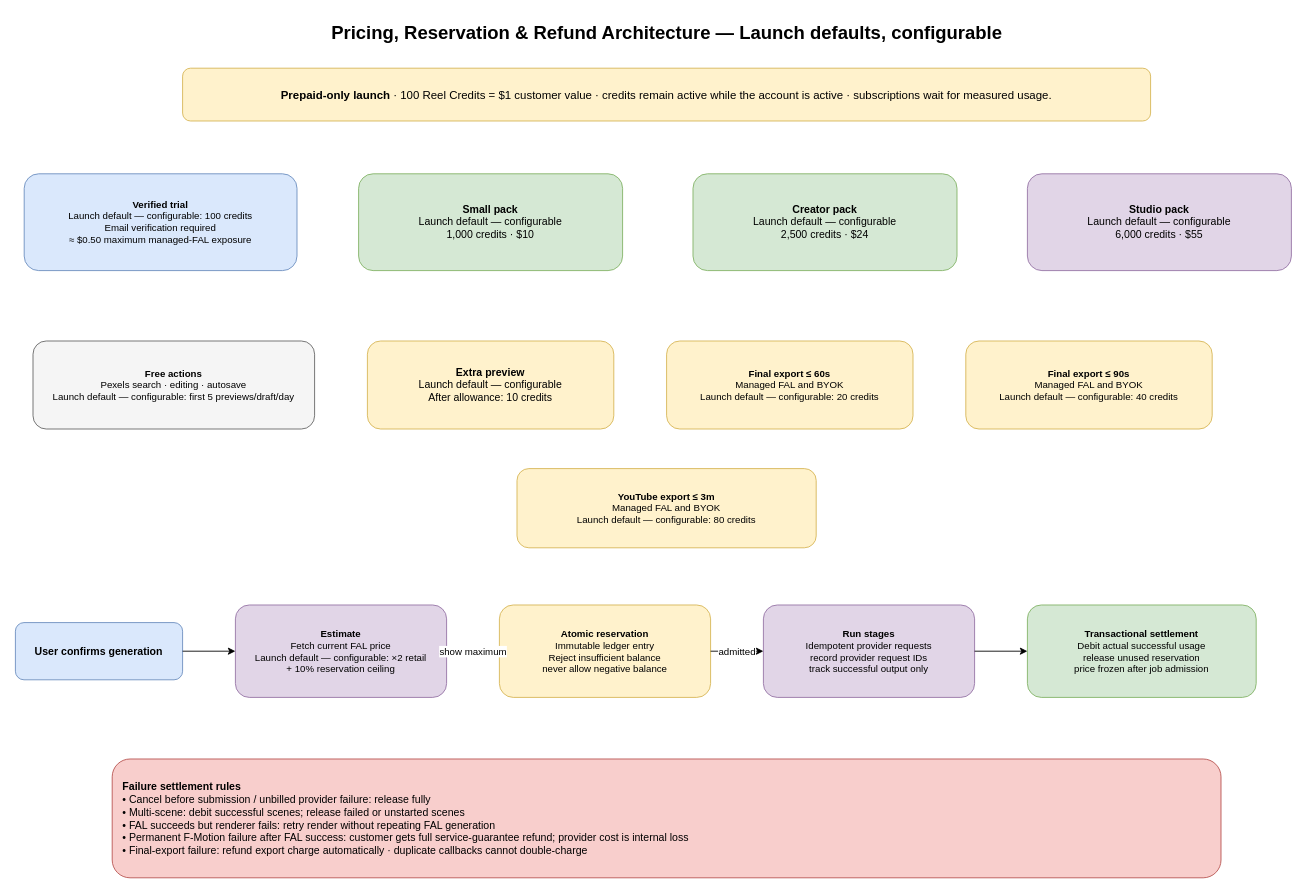
ivanillka/f-motion keeps this draw.io diagram as page "6. Pricing & Credit Settlement" (6 of 11) of docs/architecture/f-motion.drawio. Above is the earlier version. Source tidied: cells renumbered, new cells numbered last; positions are measured from the earlier drawing's top-left corner, leaving out a move shared by most shapes. Both pictures are drawn from the tidied source at 88%, with x=0, y=0 at pixel (15, 15).
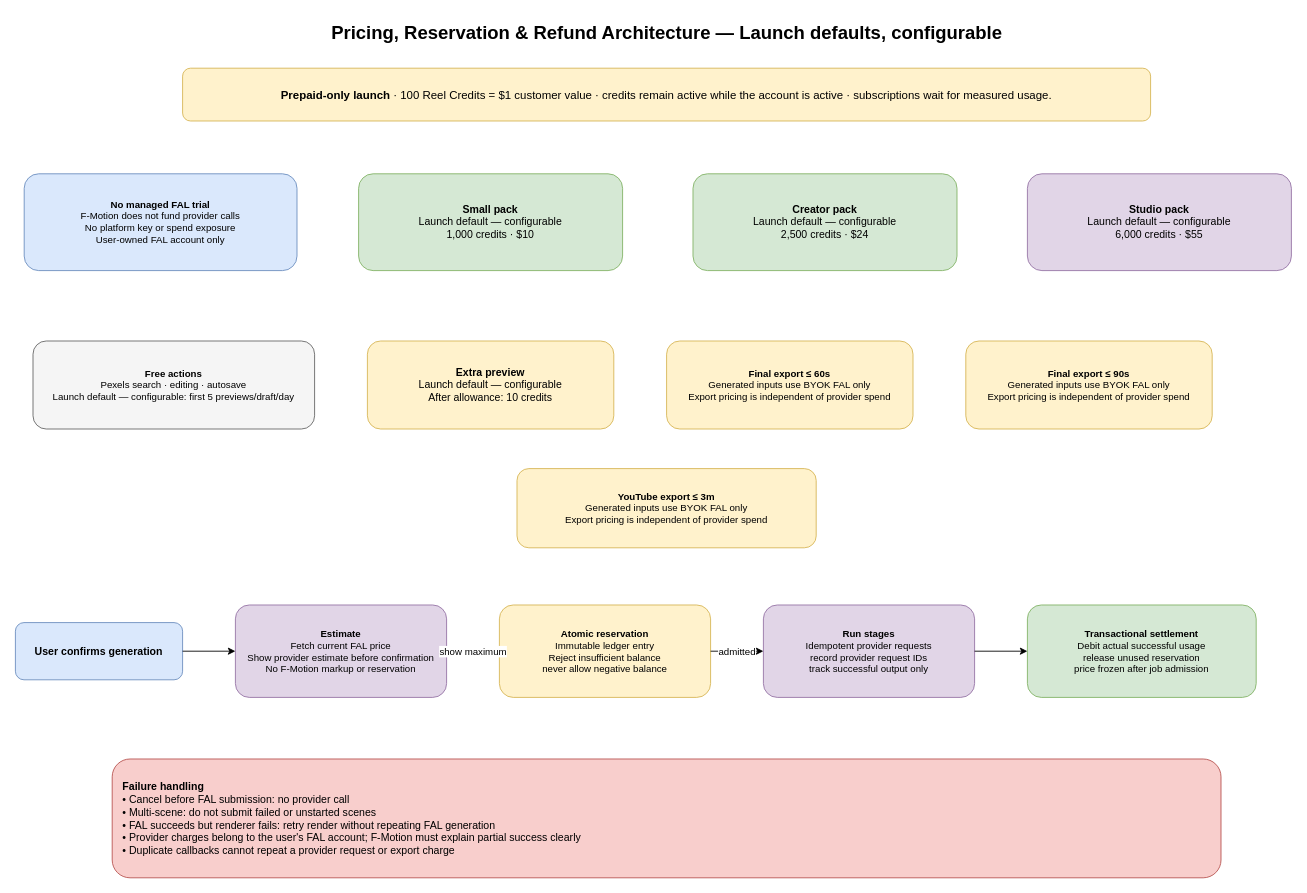
The same page after the edit.

The edit, as a diff of the source:
```diff
@@
-    <mxCell id="4" value="&lt;b&gt;Verified trial&lt;/b&gt;&lt;br&gt;Launch default — configurable: 100 credits&lt;br&gt;Email verification required&lt;br&gt;≈ $0.50 maximum managed-FAL exposure" style="rounded=1;whiteSpace=wrap;html=1;fillColor=#dae8fc;strokeColor=#6c8ebf;fontSize=11;" parent="1" vertex="1">
+    <mxCell id="4" value="&lt;b&gt;No managed FAL trial&lt;/b&gt;&lt;br&gt;F-Motion does not fund provider calls&lt;br&gt;No platform key or spend exposure&lt;br&gt;User-owned FAL account only" style="rounded=1;whiteSpace=wrap;html=1;fillColor=#dae8fc;strokeColor=#6c8ebf;fontSize=11;" parent="1" vertex="1">
       <mxGeometry x="10" y="180" width="310" height="110" as="geometry" />
     </mxCell>
@@
-    <mxCell id="10" value="&lt;b&gt;Final export ≤ 60s&lt;/b&gt;&lt;br&gt;Managed FAL and BYOK&lt;br&gt;Launch default — configurable: 20 credits" style="rounded=1;whiteSpace=wrap;html=1;fillColor=#fff2cc;strokeColor=#d6b656;fontSize=11;" parent="1" vertex="1">
+    <mxCell id="10" value="&lt;b&gt;Final export ≤ 60s&lt;/b&gt;&lt;br&gt;Generated inputs use BYOK FAL only&lt;br&gt;Export pricing is independent of provider spend" style="rounded=1;whiteSpace=wrap;html=1;fillColor=#fff2cc;strokeColor=#d6b656;fontSize=11;" parent="1" vertex="1">
       <mxGeometry x="740" y="370" width="280" height="100" as="geometry" />
     </mxCell>
-    <mxCell id="11" value="&lt;b&gt;Final export ≤ 90s&lt;/b&gt;&lt;br&gt;Managed FAL and BYOK&lt;br&gt;Launch default — configurable: 40 credits" style="rounded=1;whiteSpace=wrap;html=1;fillColor=#fff2cc;strokeColor=#d6b656;fontSize=11;" parent="1" vertex="1">
+    <mxCell id="11" value="&lt;b&gt;Final export ≤ 90s&lt;/b&gt;&lt;br&gt;Generated inputs use BYOK FAL only&lt;br&gt;Export pricing is independent of provider spend" style="rounded=1;whiteSpace=wrap;html=1;fillColor=#fff2cc;strokeColor=#d6b656;fontSize=11;" parent="1" vertex="1">
       <mxGeometry x="1080" y="370" width="280" height="100" as="geometry" />
     </mxCell>
-    <mxCell id="12" value="&lt;b&gt;YouTube export ≤ 3m&lt;/b&gt;&lt;br&gt;Managed FAL and BYOK&lt;br&gt;Launch default — configurable: 80 credits" style="rounded=1;whiteSpace=wrap;html=1;fillColor=#fff2cc;strokeColor=#d6b656;fontSize=11;" parent="1" vertex="1">
+    <mxCell id="12" value="&lt;b&gt;YouTube export ≤ 3m&lt;/b&gt;&lt;br&gt;Generated inputs use BYOK FAL only&lt;br&gt;Export pricing is independent of provider spend" style="rounded=1;whiteSpace=wrap;html=1;fillColor=#fff2cc;strokeColor=#d6b656;fontSize=11;" parent="1" vertex="1">
       <mxGeometry x="570" y="515" width="340" height="90" as="geometry" />
     </mxCell>
@@
-    <mxCell id="14" value="&lt;b&gt;Estimate&lt;/b&gt;&lt;br&gt;Fetch current FAL price&lt;br&gt;Launch default — configurable: ×2 retail&lt;br&gt;+ 10% reservation ceiling" style="rounded=1;whiteSpace=wrap;html=1;fillColor=#e1d5e7;strokeColor=#9673a6;fontSize=11;" parent="1" vertex="1">
+    <mxCell id="14" value="&lt;b&gt;Estimate&lt;/b&gt;&lt;br&gt;Fetch current FAL price&lt;br&gt;Show provider estimate before confirmation&lt;br&gt;No F-Motion markup or reservation" style="rounded=1;whiteSpace=wrap;html=1;fillColor=#e1d5e7;strokeColor=#9673a6;fontSize=11;" parent="1" vertex="1">
       <mxGeometry x="250" y="670" width="240" height="105" as="geometry" />
     </mxCell>
@@
-    <mxCell id="18" value="&lt;b&gt;Failure settlement rules&lt;/b&gt;&lt;br&gt;• Cancel before submission / unbilled provider failure: release fully&lt;br&gt;• Multi-scene: debit successful scenes; release failed or unstarted scenes&lt;br&gt;• FAL succeeds but renderer fails: retry render without repeating FAL generation&lt;br&gt;• Permanent F-Motion failure after FAL success: customer gets full service-guarantee refund; provider cost is internal loss&lt;br&gt;• Final-export failure: refund export charge automatically · duplicate callbacks cannot double-charge" style="rounded=1;whiteSpace=wrap;html=1;fillColor=#f8cecc;strokeColor=#b85450;fontSize=12;align=left;spacingLeft=10;" parent="1" vertex="1">
+    <mxCell id="18" value="&lt;b&gt;Failure handling&lt;/b&gt;&lt;br&gt;• Cancel before FAL submission: no provider call&lt;br&gt;• Multi-scene: do not submit failed or unstarted scenes&lt;br&gt;• FAL succeeds but renderer fails: retry render without repeating FAL generation&lt;br&gt;• Provider charges belong to the user's FAL account; F-Motion must explain partial success clearly&lt;br&gt;• Duplicate callbacks cannot repeat a provider request or export charge" style="rounded=1;whiteSpace=wrap;html=1;fillColor=#f8cecc;strokeColor=#b85450;fontSize=12;align=left;spacingLeft=10;" parent="1" vertex="1">
       <mxGeometry x="110" y="845" width="1260" height="135" as="geometry" />
     </mxCell>
```
